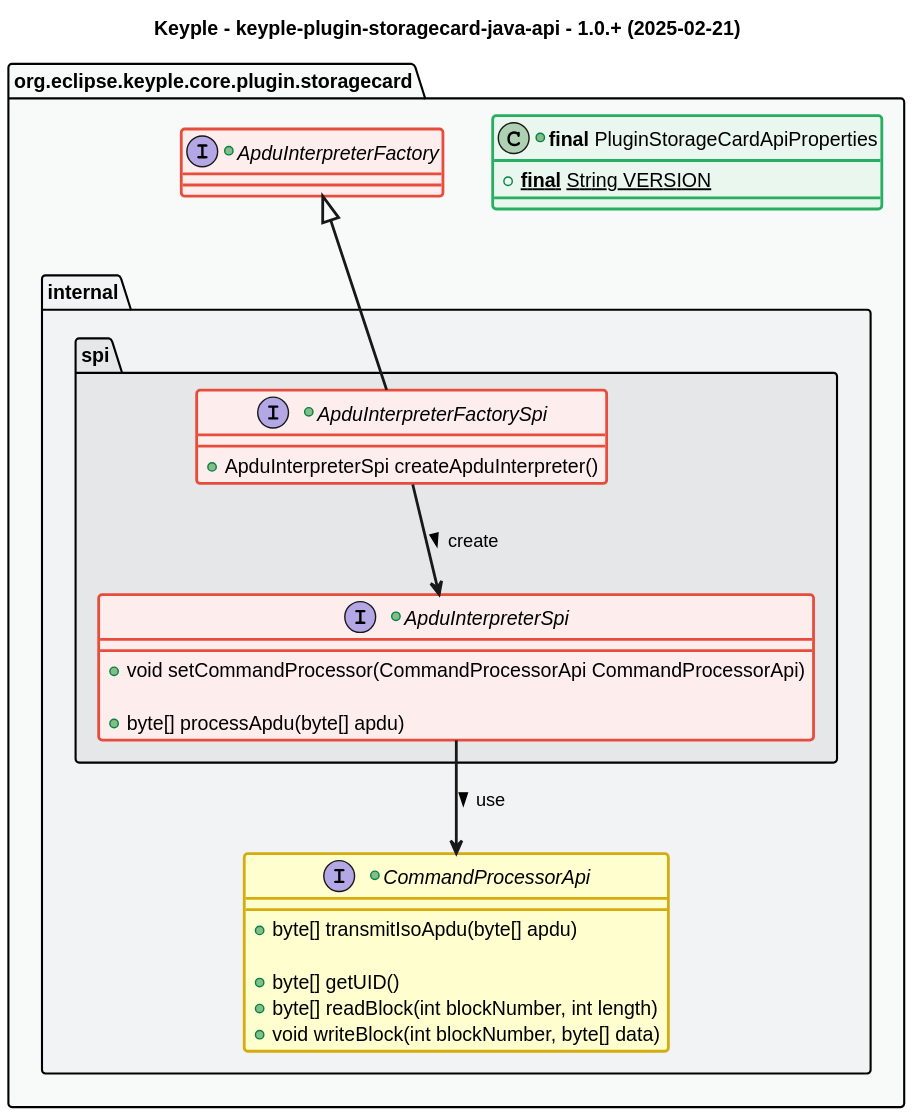
Before: src/main/uml/api_class_diagram.svg, a diagram exported from PlantUML (eclipse-keyple/keyple-plugin-storagecard-java-api).
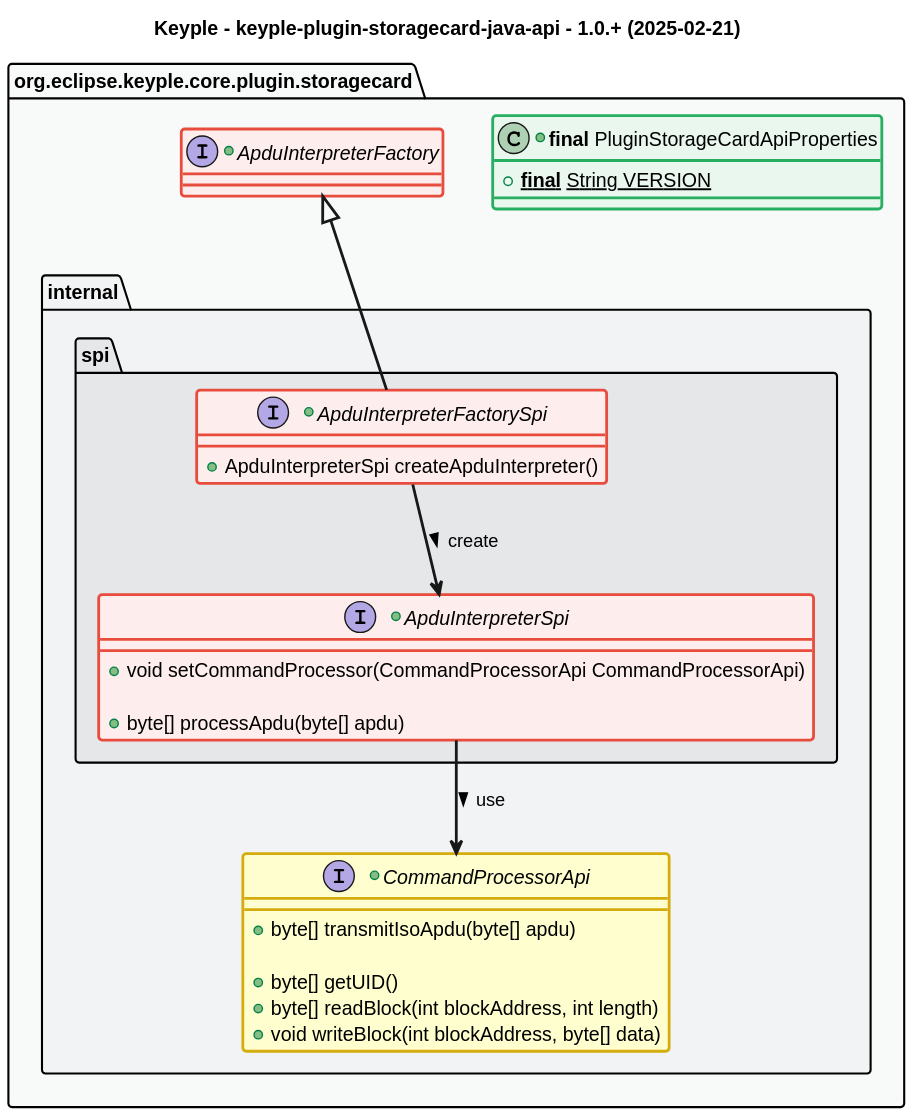
Later version of the same file.

Change to the diagram source:
```diff
@@ -51,8 +51,8 @@
           +byte[] transmitIsoApdu(byte[] apdu)
 
           +byte[] getUID()
-          +byte[] readBlock(int blockNumber, int length)
-          +void writeBlock(int blockNumber, byte[] data)
+          +byte[] readBlock(int blockAddress, int length)
+          +void writeBlock(int blockAddress, byte[] data)
       }
       package spi #C_GREY3 {
         +interface ApduInterpreterFactorySpi <<red>> extends api.ApduInterpreterFactory {
```
